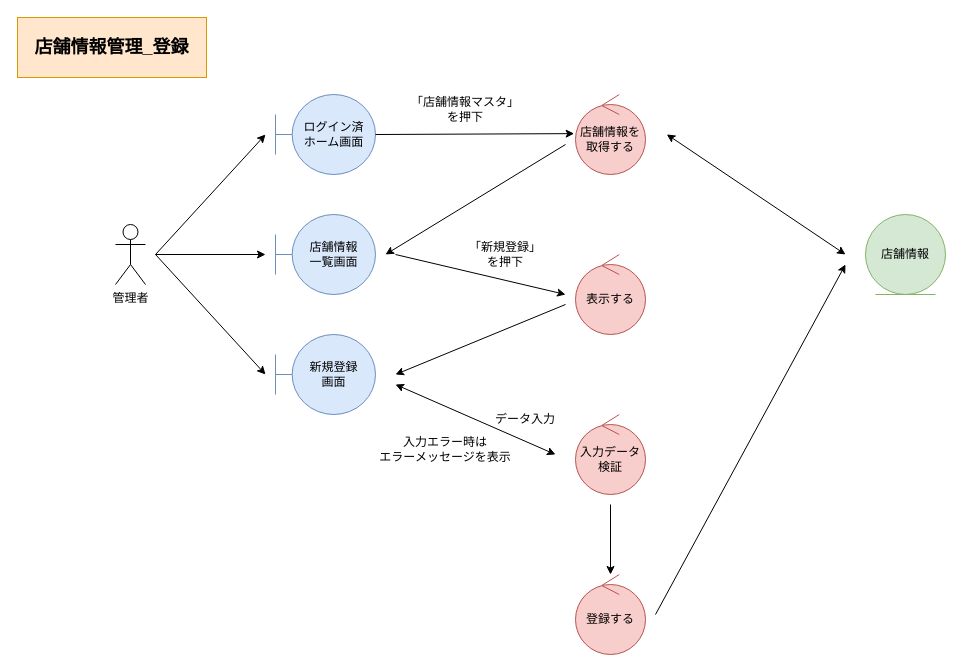
This is page "*店舗情報管理_登録" (1 of 4) of 各種設計書/3ロバストネス図/マスタ管理/2.店舗情報マスタ.drawio from HaruShim/Sotuken, a draw.io file, before an edit. Source tidied: cells renumbered, new cells numbered last; positions are measured from the earlier drawing's top-left corner, leaving out a move shared by most shapes. Both pictures are drawn from the tidied source at 100%, with x=0, y=0 at pixel (17, 17).
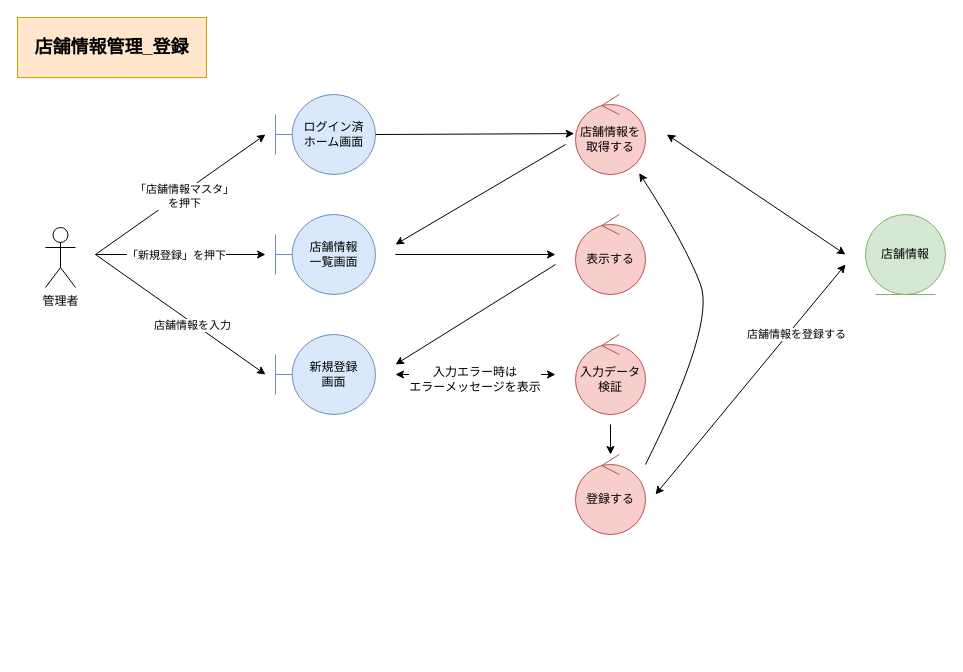
The same diagram, later.

The edit, as a diff of the source:
```diff
@@
-    <mxCell id="6" value="「店舗情報マスタ」&lt;br&gt;を押下" style="text;html=1;strokeColor=none;fillColor=none;align=center;verticalAlign=middle;whiteSpace=wrap;rounded=0;" parent="1" vertex="1">
-      <mxGeometry x="368" y="77" width="160" height="30" as="geometry" />
-    </mxCell>
-    <mxCell id="7" value="管理者" style="shape=umlActor;verticalLabelPosition=bottom;verticalAlign=top;html=1;" parent="1" vertex="1">
-      <mxGeometry x="98" y="207" width="30" height="60" as="geometry" />
-    </mxCell>
@@
     <mxCell id="11" style="endArrow=none;html=1;rounded=0;startArrow=classic;startFill=1;endFill=0;" parent="1" edge="1">
       <mxGeometry relative="1" as="geometry">
-        <mxPoint x="368" y="237" as="sourcePoint" />
+        <mxPoint x="378" y="227" as="sourcePoint" />
         <mxPoint x="548" y="127" as="targetPoint" />
       </mxGeometry>
     </mxCell>
     <mxCell id="12" value="表示する" style="ellipse;shape=umlControl;whiteSpace=wrap;html=1;fillColor=#f8cecc;strokeColor=#b85450;" parent="1" vertex="1">
-      <mxGeometry x="558" y="237" width="70" height="80" as="geometry" />
+      <mxGeometry x="558" y="197" width="70" height="80" as="geometry" />
     </mxCell>
     <mxCell id="13" style="endArrow=none;html=1;rounded=0;startArrow=classic;startFill=1;endFill=0;" parent="1" edge="1">
       <mxGeometry relative="1" as="geometry">
-        <mxPoint x="548" y="277" as="sourcePoint" />
+        <mxPoint x="538" y="237" as="sourcePoint" />
         <mxPoint x="378" y="237" as="targetPoint" />
       </mxGeometry>
     </mxCell>
     <mxCell id="14" style="endArrow=none;html=1;rounded=0;startArrow=classic;startFill=1;endFill=0;" parent="1" edge="1">
       <mxGeometry relative="1" as="geometry">
-        <mxPoint x="378" y="357" as="sourcePoint" />
-        <mxPoint x="548" y="287" as="targetPoint" />
+        <mxPoint x="378" y="347" as="sourcePoint" />
+        <mxPoint x="538" y="247" as="targetPoint" />
       </mxGeometry>
     </mxCell>
     <mxCell id="15" value="入力データ検証" style="ellipse;shape=umlControl;whiteSpace=wrap;html=1;fillColor=#f8cecc;strokeColor=#b85450;" parent="1" vertex="1">
-      <mxGeometry x="558" y="397" width="70" height="80" as="geometry" />
+      <mxGeometry x="558" y="317" width="70" height="80" as="geometry" />
     </mxCell>
     <mxCell id="16" style="endArrow=classic;html=1;rounded=0;startArrow=classic;startFill=1;endFill=1;" parent="1" edge="1">
       <mxGeometry relative="1" as="geometry">
-        <mxPoint x="538" y="437" as="sourcePoint" />
-        <mxPoint x="378" y="367" as="targetPoint" />
+        <mxPoint x="538" y="357" as="sourcePoint" />
+        <mxPoint x="378" y="357" as="targetPoint" />
       </mxGeometry>
     </mxCell>
     <mxCell id="17" value="登録する" style="ellipse;shape=umlControl;whiteSpace=wrap;html=1;fillColor=#f8cecc;strokeColor=#b85450;" parent="1" vertex="1">
-      <mxGeometry x="558" y="557" width="70" height="80" as="geometry" />
+      <mxGeometry x="558" y="437" width="70" height="80" as="geometry" />
     </mxCell>
-    <mxCell id="18" style="endArrow=none;html=1;rounded=0;startArrow=classic;startFill=1;endFill=0;" parent="1" edge="1" source="17">
+    <mxCell id="18" style="endArrow=none;html=1;rounded=0;startArrow=classic;startFill=1;endFill=0;" parent="1" edge="1">
       <mxGeometry relative="1" as="geometry">
-        <mxPoint x="593" y="487" as="targetPoint" />
+        <mxPoint x="593" y="437" as="sourcePoint" />
+        <mxPoint x="593" y="407" as="targetPoint" />
       </mxGeometry>
     </mxCell>
-    <mxCell id="19" style="endArrow=none;html=1;rounded=0;startArrow=classic;startFill=1;endFill=0;" parent="1" edge="1">
+    <mxCell id="19" style="endArrow=classic;html=1;rounded=0;startArrow=classic;startFill=1;endFill=1;" parent="1" edge="1">
       <mxGeometry relative="1" as="geometry">
         <mxPoint x="828" y="247" as="sourcePoint" />
-        <mxPoint x="638" y="597" as="targetPoint" />
+        <mxPoint x="638" y="477" as="targetPoint" />
       </mxGeometry>
     </mxCell>
-    <mxCell id="20" value="データ入力" style="text;html=1;strokeColor=none;fillColor=none;align=center;verticalAlign=middle;whiteSpace=wrap;rounded=0;" parent="1" vertex="1">
-      <mxGeometry x="428" y="387" width="160" height="30" as="geometry" />
-    </mxCell>
-    <mxCell id="21" value="「新規登録」&lt;br&gt;を押下" style="text;html=1;strokeColor=none;fillColor=none;align=center;verticalAlign=middle;whiteSpace=wrap;rounded=0;" parent="1" vertex="1">
-      <mxGeometry x="408" y="222" width="160" height="30" as="geometry" />
-    </mxCell>
+    <mxCell id="27" value="店舗情報を登録する" style="edgeLabel;html=1;align=center;verticalAlign=middle;" parent="19" vertex="1">
+      <mxGeometry x="0.13" y="1" relative="1" as="geometry">
+        <mxPoint x="57" y="-61" as="offset" />
+      </mxGeometry>
+    </mxCell>
-    <mxCell id="22" value="入力エラー時は&lt;br&gt;エラーメッセージを表示" style="text;html=1;strokeColor=none;fillColor=none;align=center;verticalAlign=middle;whiteSpace=wrap;rounded=0;" parent="1" vertex="1">
-      <mxGeometry x="348" y="417" width="160" height="30" as="geometry" />
+    <mxCell id="22" value="入力エラー時は&lt;br&gt;エラーメッセージを表示" style="text;html=1;strokeColor=none;fillColor=none;align=center;verticalAlign=middle;whiteSpace=wrap;rounded=0;labelBackgroundColor=default;" parent="1" vertex="1">
+      <mxGeometry x="378" y="347" width="160" height="30" as="geometry" />
     </mxCell>
-    <mxCell id="23" style="endArrow=classic;html=1;rounded=0;" parent="1" edge="1">
-      <mxGeometry relative="1" as="geometry">
-        <mxPoint x="138" y="237" as="sourcePoint" />
-        <mxPoint x="248" y="237" as="targetPoint" />
-      </mxGeometry>
-    </mxCell>
-    <mxCell id="24" style="endArrow=classic;html=1;rounded=0;" parent="1" edge="1">
-      <mxGeometry relative="1" as="geometry">
-        <mxPoint x="138" y="237" as="sourcePoint" />
-        <mxPoint x="248" y="357" as="targetPoint" />
-      </mxGeometry>
-    </mxCell>
-    <mxCell id="25" style="endArrow=classic;html=1;rounded=0;" parent="1" edge="1">
-      <mxGeometry relative="1" as="geometry">
-        <mxPoint x="138" y="237" as="sourcePoint" />
-        <mxPoint x="248" y="117" as="targetPoint" />
-      </mxGeometry>
-    </mxCell>
@@
+    <mxCell id="7" value="管理者" style="shape=umlActor;verticalLabelPosition=bottom;verticalAlign=top;html=1;" parent="1" vertex="1">
+      <mxGeometry x="28" y="210" width="30" height="60" as="geometry" />
+    </mxCell>
+    <mxCell id="28" style="endArrow=classic;html=1;rounded=0;" parent="1" edge="1">
+      <mxGeometry relative="1" as="geometry">
+        <mxPoint x="78" y="237" as="sourcePoint" />
+        <mxPoint x="248" y="117" as="targetPoint" />
+      </mxGeometry>
+    </mxCell>
+    <mxCell id="6" value="「店舗情報マスタ」&lt;br&gt;を押下" style="edgeLabel;html=1;align=center;verticalAlign=middle;" parent="28" vertex="1">
+      <mxGeometry x="-0.22" relative="1" as="geometry">
+        <mxPoint x="22" y="-12" as="offset" />
+      </mxGeometry>
+    </mxCell>
+    <mxCell id="29" style="endArrow=classic;html=1;rounded=0;" parent="1" edge="1">
+      <mxGeometry relative="1" as="geometry">
+        <mxPoint x="78" y="237" as="sourcePoint" />
+        <mxPoint x="248" y="237" as="targetPoint" />
+      </mxGeometry>
+    </mxCell>
+    <mxCell id="30" value="「新規登録」を押下" style="edgeLabel;html=1;align=center;verticalAlign=middle;" parent="29" vertex="1">
+      <mxGeometry x="-0.25" y="-1" relative="1" as="geometry">
+        <mxPoint x="16" y="-1" as="offset" />
+      </mxGeometry>
+    </mxCell>
+    <mxCell id="31" style="endArrow=classic;html=1;rounded=0;" parent="1" edge="1">
+      <mxGeometry relative="1" as="geometry">
+        <mxPoint x="78" y="237" as="sourcePoint" />
+        <mxPoint x="248" y="357" as="targetPoint" />
+      </mxGeometry>
+    </mxCell>
+    <mxCell id="32" value="店舗情報を入力" style="edgeLabel;html=1;align=center;verticalAlign=middle;" parent="31" vertex="1">
+      <mxGeometry x="0.15" y="-2" relative="1" as="geometry" />
+    </mxCell>
+    <mxCell id="33" style="curved=1;endArrow=classic;html=1;rounded=0;entryX=0.91;entryY=0.982;entryDx=0;entryDy=0;entryPerimeter=0;" parent="1" edge="1">
+      <mxGeometry relative="1" as="geometry">
+        <mxPoint x="628" y="447" as="sourcePoint" />
+        <mxPoint x="621.7" y="155.6" as="targetPoint" />
+        <Array as="points">
+          <mxPoint x="698" y="307" />
+          <mxPoint x="668" y="227" />
+        </Array>
+      </mxGeometry>
+    </mxCell>
```
